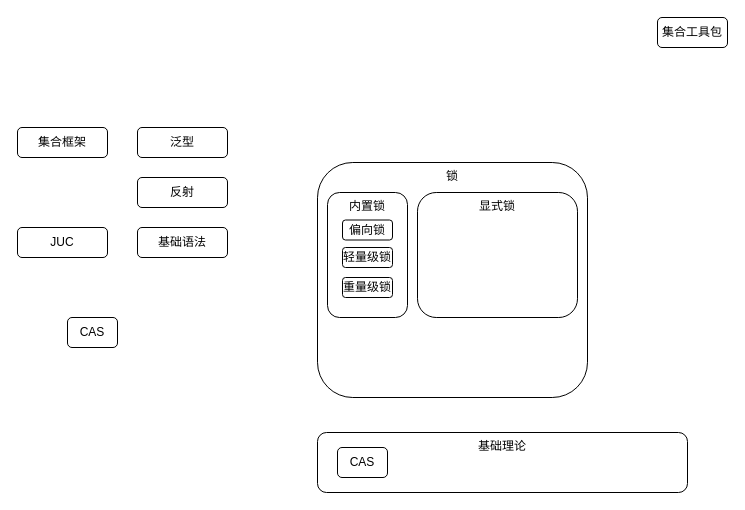
Before: page "Java" (2 of 6) of 技术栈.drawio in ProgrammerLZ/drawio, a draw.io diagram. Source tidied: cells renumbered, new cells numbered last; positions are measured from the earlier drawing's top-left corner, leaving out a move shared by most shapes. Both pictures are drawn from the tidied source at 100%, with x=0, y=0 at pixel (17, 17).
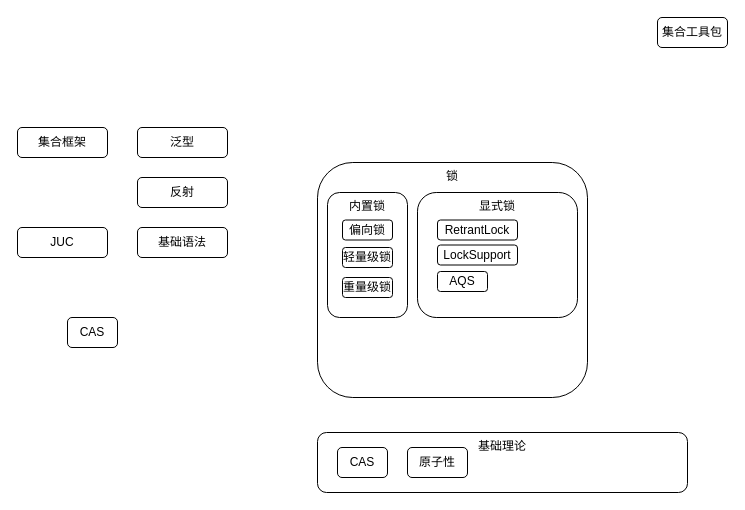
The same page after the edit.

Commit message:
更新技术栈.drawio

Diff of the diagram source:
```diff
@@
+    <mxCell id="17" value="原子性" style="rounded=1;whiteSpace=wrap;html=1;fillColor=none;" parent="1" vertex="1">
+      <mxGeometry x="390" y="430" width="60" height="30" as="geometry" />
+    </mxCell>
+    <mxCell id="18" value="AQS" style="rounded=1;whiteSpace=wrap;html=1;fillColor=none;" parent="1" vertex="1">
+      <mxGeometry x="420" y="254" width="50" height="20" as="geometry" />
+    </mxCell>
+    <mxCell id="19" value="RetrantLock" style="rounded=1;whiteSpace=wrap;html=1;fillColor=none;" parent="1" vertex="1">
+      <mxGeometry x="420" y="202.5" width="80" height="20" as="geometry" />
+    </mxCell>
+    <mxCell id="20" value="LockSupport" style="rounded=1;whiteSpace=wrap;html=1;fillColor=none;" parent="1" vertex="1">
+      <mxGeometry x="420" y="227.5" width="80" height="20" as="geometry" />
+    </mxCell>
```
